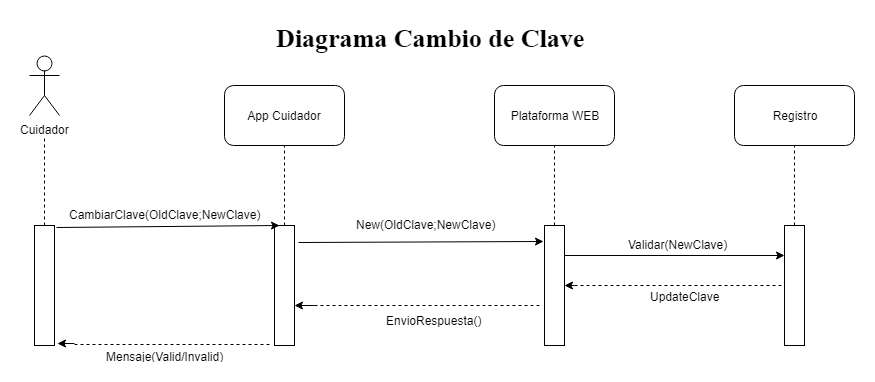
Above: Diagramas de secuencias/Diagrama Secuencia Cambio de Clave.png in DanSotoC/G4HD (draw.io), before the change. Source tidied: cells renumbered, new cells last; positions are measured from the earlier drawing's top-left corner, leaving out a move shared by most shapes. Its diagram source:
```xml
<mxGraphModel>
  <root>
    <mxCell id="0" />
    <mxCell id="1" parent="0" />
    <mxCell id="2" style="endArrow=none;dashed=1;html=1;exitX=0.5;exitY=0;exitDx=0;exitDy=0;" parent="1" edge="1" source="11">
      <mxGeometry relative="1" as="geometry">
        <mxPoint x="15" y="115" as="targetPoint" />
      </mxGeometry>
    </mxCell>
    <mxCell id="3" value="App Cuidador" style="rounded=1;whiteSpace=wrap;html=1;" parent="1" vertex="1">
      <mxGeometry x="195" y="65" width="120" height="60" as="geometry" />
    </mxCell>
    <mxCell id="4" style="endArrow=none;dashed=1;html=1;entryX=0.5;entryY=1;entryDx=0;entryDy=0;" parent="1" edge="1" source="12" target="3">
      <mxGeometry relative="1" as="geometry" />
    </mxCell>
    <mxCell id="5" value="Plataforma WEB" style="rounded=1;whiteSpace=wrap;html=1;" parent="1" vertex="1">
      <mxGeometry x="465" y="65" width="120" height="60" as="geometry" />
    </mxCell>
    <mxCell id="6" style="endArrow=none;dashed=1;html=1;entryX=0.5;entryY=1;entryDx=0;entryDy=0;exitX=0.5;exitY=0;exitDx=0;exitDy=0;" parent="1" edge="1" source="13" target="5">
      <mxGeometry relative="1" as="geometry" />
    </mxCell>
    <mxCell id="7" value="Registro&lt;br&gt;" style="rounded=1;whiteSpace=wrap;html=1;" parent="1" vertex="1">
      <mxGeometry x="705" y="65" width="120" height="60" as="geometry" />
    </mxCell>
    <mxCell id="8" style="endArrow=none;dashed=1;html=1;entryX=0.5;entryY=1;entryDx=0;entryDy=0;exitX=0.5;exitY=0;exitDx=0;exitDy=0;" parent="1" edge="1" source="14" target="7">
      <mxGeometry relative="1" as="geometry" />
    </mxCell>
    <mxCell id="9" value="Cuidador" style="shape=umlActor;verticalLabelPosition=bottom;labelBackgroundColor=#ffffff;verticalAlign=top;html=1;" parent="1" vertex="1">
      <mxGeometry y="35" width="30" height="60" as="geometry" />
    </mxCell>
    <mxCell id="10" value="Diagrama Cambio de Clave" style="text;html=1;align=left;verticalAlign=top;spacingTop=-4;labelBackgroundColor=#ffffff;labelBorderColor=none;fontStyle=1;fontFamily=Times New Roman;fontSize=26;" parent="1" vertex="1">
      <mxGeometry x="245" width="310" height="30" as="geometry" />
    </mxCell>
    <mxCell id="11" style="rounded=0;whiteSpace=wrap;html=1;" parent="1" vertex="1">
      <mxGeometry x="5" y="205" width="20" height="120" as="geometry" />
    </mxCell>
    <mxCell id="12" style="rounded=0;whiteSpace=wrap;html=1;" parent="1" vertex="1">
      <mxGeometry x="245" y="205" width="20" height="120" as="geometry" />
    </mxCell>
    <mxCell id="13" style="rounded=0;whiteSpace=wrap;html=1;" parent="1" vertex="1">
      <mxGeometry x="515" y="205" width="20" height="120" as="geometry" />
    </mxCell>
    <mxCell id="14" style="rounded=0;whiteSpace=wrap;html=1;" parent="1" vertex="1">
      <mxGeometry x="755" y="205" width="20" height="120" as="geometry" />
    </mxCell>
    <mxCell id="15" style="endArrow=classic;html=1;entryX=0.25;entryY=0;entryDx=0;entryDy=0;exitX=1.1;exitY=0.017;exitDx=0;exitDy=0;exitPerimeter=0;" parent="1" edge="1" source="11" target="12">
      <mxGeometry relative="1" as="geometry" />
    </mxCell>
    <mxCell id="16" style="endArrow=classic;html=1;entryX=-0.05;entryY=0.133;entryDx=0;entryDy=0;entryPerimeter=0;exitX=1.2;exitY=0.142;exitDx=0;exitDy=0;exitPerimeter=0;" parent="1" edge="1" source="12" target="13">
      <mxGeometry relative="1" as="geometry" />
    </mxCell>
    <mxCell id="17" style="endArrow=classic;html=1;entryX=0;entryY=0.25;entryDx=0;entryDy=0;exitX=1;exitY=0.25;exitDx=0;exitDy=0;" parent="1" edge="1" source="13" target="14">
      <mxGeometry relative="1" as="geometry" />
    </mxCell>
    <mxCell id="18" value="CambiarClave(OldClave;NewClave)" style="text;html=1;align=left;verticalAlign=top;spacingTop=-4;" parent="1" vertex="1">
      <mxGeometry x="38" y="185" width="210" height="20" as="geometry" />
    </mxCell>
    <mxCell id="19" value="New(OldClave;NewClave)" style="text;html=1;align=left;verticalAlign=top;spacingTop=-4;" parent="1" vertex="1">
      <mxGeometry x="325" y="195" width="150" height="20" as="geometry" />
    </mxCell>
    <mxCell id="20" value="Validar(NewClave)" style="text;html=1;align=left;verticalAlign=top;spacingTop=-4;" parent="1" vertex="1">
      <mxGeometry x="597" y="215" width="110" height="20" as="geometry" />
    </mxCell>
    <mxCell id="21" style="endArrow=classic;html=1;entryX=1;entryY=0.5;entryDx=0;entryDy=0;" parent="1" edge="1" target="13">
      <mxGeometry relative="1" as="geometry">
        <mxPoint x="545" y="265" as="sourcePoint" />
      </mxGeometry>
    </mxCell>
    <mxCell id="22" style="endArrow=none;dashed=1;html=1;" parent="1" edge="1" target="14">
      <mxGeometry relative="1" as="geometry">
        <mxPoint x="545" y="265" as="sourcePoint" />
      </mxGeometry>
    </mxCell>
    <mxCell id="23" value="UpdateClave" style="text;html=1;align=center;verticalAlign=middle;labelBackgroundColor=#ffffff;" parent="22" vertex="1">
      <mxGeometry x="-0.22" y="-4" relative="1" as="geometry">
        <mxPoint x="28" y="6" as="offset" />
      </mxGeometry>
    </mxCell>
    <mxCell id="24" style="endArrow=classic;html=1;" parent="1" edge="1">
      <mxGeometry relative="1" as="geometry">
        <mxPoint x="285" y="285" as="sourcePoint" />
        <mxPoint x="265" y="285" as="targetPoint" />
      </mxGeometry>
    </mxCell>
    <mxCell id="25" style="endArrow=none;dashed=1;html=1;" parent="1" edge="1">
      <mxGeometry relative="1" as="geometry">
        <mxPoint x="285" y="285" as="sourcePoint" />
        <mxPoint x="512" y="285" as="targetPoint" />
      </mxGeometry>
    </mxCell>
    <mxCell id="26" value="EnvioRespuesta()" style="text;html=1;align=left;verticalAlign=top;spacingTop=-4;" parent="1" vertex="1">
      <mxGeometry x="355" y="291" width="110" height="20" as="geometry" />
    </mxCell>
    <mxCell id="27" style="endArrow=classic;html=1;entryX=1.15;entryY=0.983;entryDx=0;entryDy=0;entryPerimeter=0;" parent="1" edge="1" target="11">
      <mxGeometry relative="1" as="geometry">
        <mxPoint x="45" y="323" as="sourcePoint" />
      </mxGeometry>
    </mxCell>
    <mxCell id="28" style="endArrow=none;dashed=1;html=1;entryX=-0.1;entryY=0.992;entryDx=0;entryDy=0;entryPerimeter=0;" parent="1" edge="1" target="12">
      <mxGeometry relative="1" as="geometry">
        <mxPoint x="45" y="324" as="sourcePoint" />
      </mxGeometry>
    </mxCell>
    <mxCell id="29" value="Mensaje(Valid/Invalid)" style="text;html=1;align=center;verticalAlign=middle;labelBackgroundColor=#ffffff;" parent="28" vertex="1">
      <mxGeometry x="-0.34" y="3" relative="1" as="geometry">
        <mxPoint x="25" y="14" as="offset" />
      </mxGeometry>
    </mxCell>
  </root>
</mxGraphModel>
```
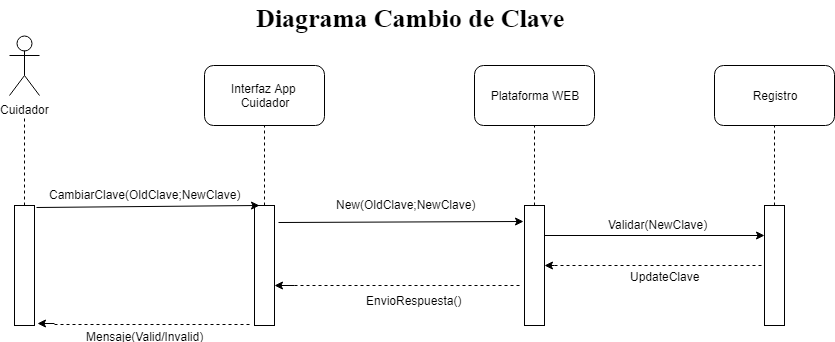
After the commit.

What changed in the source:
```diff
@@ -7,7 +7,7 @@
         <mxPoint x="15" y="115" as="targetPoint" />
       </mxGeometry>
     </mxCell>
-    <mxCell id="3" value="App Cuidador" style="rounded=1;whiteSpace=wrap;html=1;" parent="1" vertex="1">
+    <mxCell id="3" value="Interfaz App &lt;br&gt;Cuidador" style="rounded=1;whiteSpace=wrap;html=1;" parent="1" vertex="1">
       <mxGeometry x="195" y="65" width="120" height="60" as="geometry" />
     </mxCell>
     <mxCell id="4" style="endArrow=none;dashed=1;html=1;entryX=0.5;entryY=1;entryDx=0;entryDy=0;" parent="1" edge="1" source="12" target="3">
```
